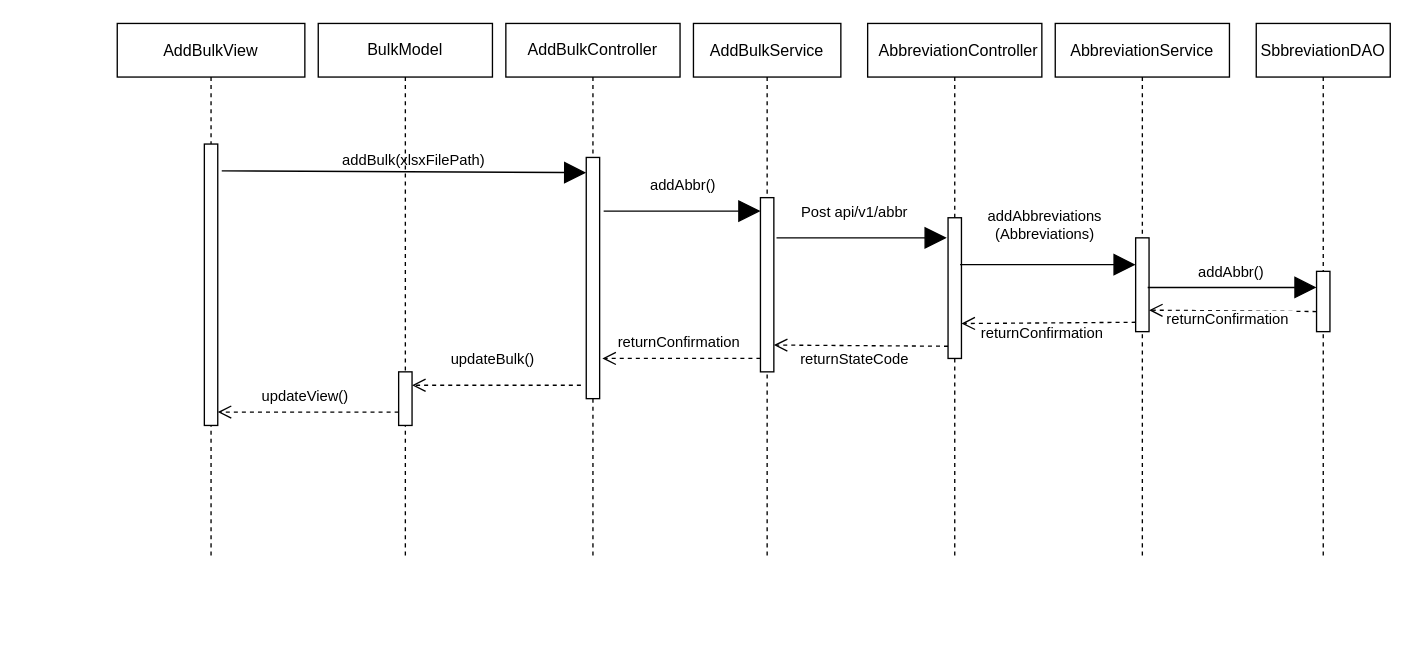
Before: page "AD-02" (1 of 2) of src/Untitled Diagram.drawio in wardalbam/Iprwc-webshop-frontend, a draw.io diagram. Source tidied: cells renumbered, new cells numbered last; positions are measured from the earlier drawing's top-left corner, leaving out a move shared by most shapes. Both pictures are drawn from the tidied source at 134%, with x=0, y=0 at pixel (117, 23).
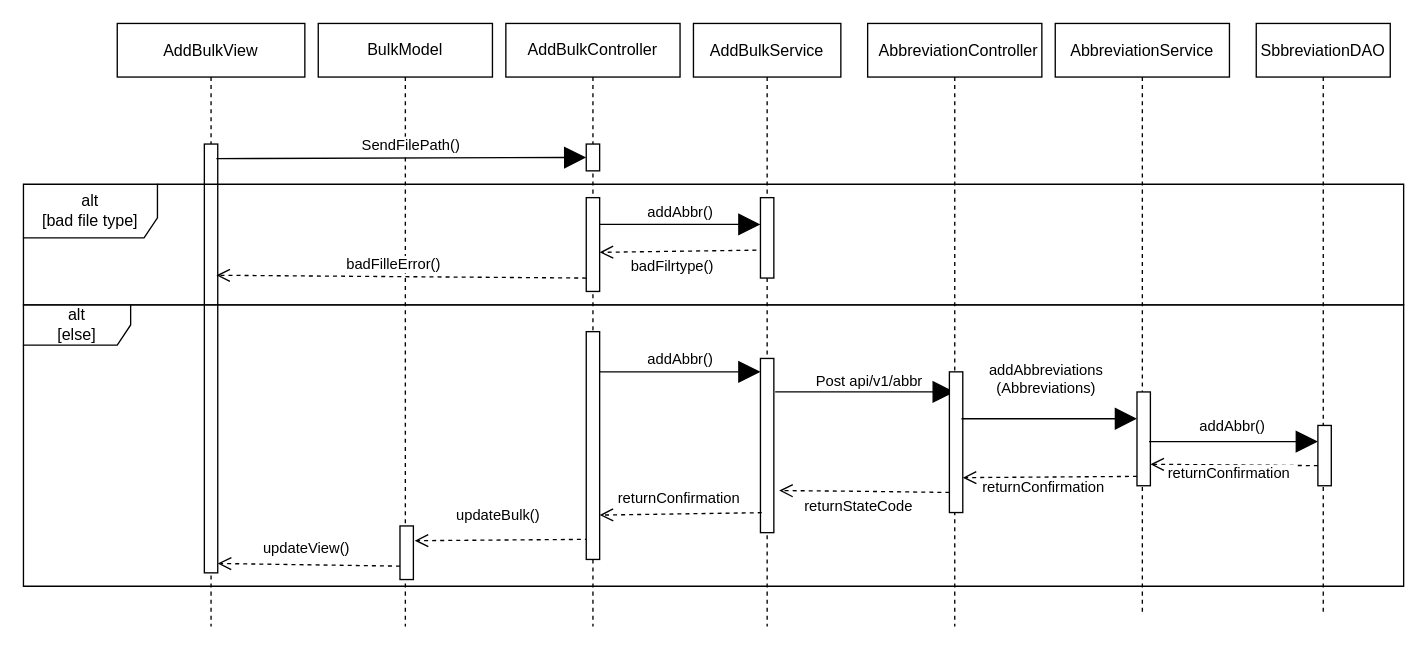
The same page after the edit.

The edit, as a diff of the source:
```diff
@@
     <mxCell id="2" value="SbbreviationDAO" style="shape=umlLifeline;perimeter=lifelinePerimeter;rounded=0;shadow=0;strokeWidth=1;" parent="1" vertex="1">
-      <mxGeometry x="850" width="100" height="400" as="geometry" />
+      <mxGeometry x="850" width="100" height="440" as="geometry" />
     </mxCell>
     <mxCell id="3" style="points=[];perimeter=orthogonalPerimeter;rounded=0;shadow=0;strokeWidth=1;" parent="2" vertex="1">
-      <mxGeometry x="45" y="185" width="10" height="45" as="geometry" />
+      <mxGeometry x="46" y="300" width="10" height="45" as="geometry" />
     </mxCell>
     <mxCell id="4" value="returnConfirmation&amp;nbsp;" style="html=1;verticalAlign=bottom;endArrow=open;dashed=1;endSize=8;sourcePerimeterSpacing=8;targetPerimeterSpacing=8;entryX=1;entryY=0.771;entryDx=0;entryDy=0;entryPerimeter=0;exitX=0;exitY=0.9;exitDx=0;exitDy=0;exitPerimeter=0;" parent="2" edge="1" target="23">
       <mxGeometry x="0.04" y="16" relative="1" as="geometry">
-        <mxPoint x="45" y="215" as="sourcePoint" />
+        <mxPoint x="46" y="330" as="sourcePoint" />
       </mxGeometry>
     </mxCell>
     <mxCell id="5" value="AddBulkView" style="shape=umlLifeline;perimeter=lifelinePerimeter;rounded=0;shadow=0;strokeWidth=1;" parent="1" vertex="1">
-      <mxGeometry width="140" height="400" as="geometry" />
+      <mxGeometry width="140" height="450" as="geometry" />
     </mxCell>
     <mxCell id="6" style="points=[];perimeter=orthogonalPerimeter;rounded=0;shadow=0;strokeWidth=1;" parent="5" vertex="1">
-      <mxGeometry x="65" y="90" width="10" height="210" as="geometry" />
+      <mxGeometry x="65" y="90" width="10" height="320" as="geometry" />
     </mxCell>
-    <mxCell id="7" value="addBulk(xlsxFilePath)" style="html=1;verticalAlign=bottom;endArrow=block;startSize=14;endSize=14;sourcePerimeterSpacing=8;targetPerimeterSpacing=8;entryX=0;entryY=0.063;entryDx=0;entryDy=0;entryPerimeter=0;" parent="5" edge="1" target="9">
-      <mxGeometry x="0.05" relative="1" as="geometry">
-        <mxPoint x="78" y="110" as="sourcePoint" />
-      </mxGeometry>
-    </mxCell>
     <mxCell id="8" value="&lt;span&gt;AddBulk&lt;/span&gt;Controller" style="shape=umlLifeline;perimeter=lifelinePerimeter;whiteSpace=wrap;html=1;hachureGap=4;" parent="1" vertex="1">
-      <mxGeometry x="290" width="130" height="400" as="geometry" />
+      <mxGeometry x="290" width="130" height="450" as="geometry" />
     </mxCell>
     <mxCell id="9" style="points=[];perimeter=orthogonalPerimeter;rounded=0;shadow=0;strokeWidth=1;" parent="8" vertex="1">
-      <mxGeometry x="60" y="100" width="10" height="180" as="geometry" />
+      <mxGeometry x="60" y="130" width="10" height="70" as="geometry" />
     </mxCell>
-    <mxCell id="10" value="updateBulk()" style="html=1;verticalAlign=bottom;endArrow=open;dashed=1;endSize=8;sourcePerimeterSpacing=8;targetPerimeterSpacing=8;" parent="8" edge="1">
+    <mxCell id="10" value="updateBulk()" style="html=1;verticalAlign=bottom;endArrow=open;dashed=1;endSize=8;sourcePerimeterSpacing=8;targetPerimeterSpacing=8;entryX=1.1;entryY=0.275;entryDx=0;entryDy=0;entryPerimeter=0;" parent="8" edge="1" target="17">
       <mxGeometry x="0.05" y="-10" relative="1" as="geometry">
-        <mxPoint x="56" y="270" as="sourcePoint" />
-        <mxPoint x="-70" y="270" as="targetPoint" />
+        <mxPoint x="62" y="385" as="sourcePoint" />
       </mxGeometry>
     </mxCell>
+    <mxCell id="28" style="perimeter=orthogonalPerimeter;rounded=0;shadow=0;strokeWidth=1;" parent="8" vertex="1">
+      <mxGeometry x="60" y="90" width="10" height="20" as="geometry" />
+    </mxCell>
     <mxCell id="11" value="AddBulkService" style="shape=umlLifeline;perimeter=lifelinePerimeter;rounded=0;shadow=0;strokeWidth=1;" parent="1" vertex="1">
-      <mxGeometry x="430" width="110" height="400" as="geometry" />
+      <mxGeometry x="430" width="110" height="450" as="geometry" />
     </mxCell>
+    <mxCell id="29" value="alt&lt;br&gt;[else]" style="shape=umlFrame;whiteSpace=wrap;html=1;width=80;height=30;" parent="11" vertex="1">
+      <mxGeometry x="-500" y="210" width="1030" height="210" as="geometry" />
+    </mxCell>
     <mxCell id="12" style="perimeter=orthogonalPerimeter;rounded=0;shadow=0;strokeWidth=1;" parent="11" vertex="1">
-      <mxGeometry x="50" y="130" width="10" height="130" as="geometry" />
+      <mxGeometry x="50" y="250" width="10" height="130" as="geometry" />
     </mxCell>
     <mxCell id="13" value="addAbbr()" style="html=1;verticalAlign=bottom;endArrow=block;startSize=14;endSize=14;sourcePerimeterSpacing=8;targetPerimeterSpacing=8;" parent="11" edge="1">
-      <mxGeometry y="10" relative="1" as="geometry">
-        <mxPoint x="-67" y="140" as="sourcePoint" />
-        <mxPoint x="50" y="140" as="targetPoint" />
+      <mxGeometry relative="1" as="geometry">
+        <mxPoint x="-70" y="150" as="sourcePoint" />
+        <mxPoint x="50" y="150" as="targetPoint" />
       </mxGeometry>
     </mxCell>
-    <mxCell id="14" value="returnConfirmation" style="html=1;verticalAlign=bottom;endArrow=open;dashed=1;endSize=8;sourcePerimeterSpacing=8;targetPerimeterSpacing=8;" parent="11" edge="1">
-      <mxGeometry x="0.03" y="-3" relative="1" as="geometry">
-        <mxPoint x="50" y="250" as="sourcePoint" />
-        <mxPoint x="-68" y="250" as="targetPoint" />
-      </mxGeometry>
-    </mxCell>
+    <mxCell id="30" style="perimeter=orthogonalPerimeter;rounded=0;shadow=0;strokeWidth=1;" parent="11" vertex="1">
+      <mxGeometry x="50" y="130" width="10" height="60" as="geometry" />
+    </mxCell>
+    <mxCell id="31" style="perimeter=orthogonalPerimeter;rounded=0;shadow=0;strokeWidth=1;" parent="11" vertex="1">
+      <mxGeometry x="-80" y="230" width="10" height="170" as="geometry" />
+    </mxCell>
+    <mxCell id="32" value="addAbbr()" style="html=1;verticalAlign=bottom;endArrow=block;startSize=14;endSize=14;sourcePerimeterSpacing=8;targetPerimeterSpacing=8;" parent="11" edge="1">
+      <mxGeometry relative="1" as="geometry">
+        <mxPoint x="-70" y="260" as="sourcePoint" />
+        <mxPoint x="50" y="260" as="targetPoint" />
+      </mxGeometry>
+    </mxCell>
     <mxCell id="15" value="Post api/v1/abbr" style="html=1;verticalAlign=bottom;endArrow=block;startSize=14;endSize=14;sourcePerimeterSpacing=8;targetPerimeterSpacing=8;" parent="1" edge="1">
-      <mxGeometry x="-0.09" y="10" relative="1" as="geometry">
-        <mxPoint x="492" y="160" as="sourcePoint" />
-        <mxPoint x="619" y="160" as="targetPoint" />
+      <mxGeometry x="0.04" y="-1" relative="1" as="geometry">
+        <mxPoint x="491" y="275" as="sourcePoint" />
+        <mxPoint x="625" y="275" as="targetPoint" />
       </mxGeometry>
     </mxCell>
     <mxCell id="16" value="&lt;span&gt;BulkModel&lt;/span&gt;" style="shape=umlLifeline;perimeter=lifelinePerimeter;whiteSpace=wrap;html=1;hachureGap=4;" parent="1" vertex="1">
-      <mxGeometry x="150" width="130" height="400" as="geometry" />
+      <mxGeometry x="150" width="130" height="450" as="geometry" />
     </mxCell>
     <mxCell id="17" style="points=[];perimeter=orthogonalPerimeter;rounded=0;shadow=0;strokeWidth=1;" parent="16" vertex="1">
-      <mxGeometry x="60" y="260" width="10" height="40" as="geometry" />
+      <mxGeometry x="61" y="375" width="10" height="40" as="geometry" />
     </mxCell>
     <mxCell id="18" value="  AbbreviationController" style="shape=umlLifeline;perimeter=lifelinePerimeter;rounded=0;shadow=0;strokeWidth=1;" parent="1" vertex="1">
-      <mxGeometry x="560" width="130" height="400" as="geometry" />
+      <mxGeometry x="560" width="130" height="450" as="geometry" />
     </mxCell>
     <mxCell id="19" style="points=[];perimeter=orthogonalPerimeter;rounded=0;shadow=0;strokeWidth=1;" parent="18" vertex="1">
-      <mxGeometry x="60" y="145" width="10" height="105" as="geometry" />
+      <mxGeometry x="61" y="260" width="10" height="105" as="geometry" />
     </mxCell>
-    <mxCell id="20" value="returnStateCode" style="html=1;verticalAlign=bottom;endArrow=open;dashed=1;endSize=8;sourcePerimeterSpacing=8;targetPerimeterSpacing=8;entryX=1;entryY=0.907;entryDx=0;entryDy=0;entryPerimeter=0;exitX=0;exitY=0.9;exitDx=0;exitDy=0;exitPerimeter=0;" parent="18" edge="1">
-      <mxGeometry x="0.07" y="20" relative="1" as="geometry">
-        <mxPoint x="60" y="240.9" as="sourcePoint" />
-        <mxPoint x="-70" y="240" as="targetPoint" />
-      </mxGeometry>
-    </mxCell>
     <mxCell id="21" value="AbbreviationService" style="shape=umlLifeline;perimeter=lifelinePerimeter;rounded=0;shadow=0;strokeWidth=1;" parent="1" vertex="1">
-      <mxGeometry x="700" width="130" height="400" as="geometry" />
+      <mxGeometry x="700" width="130" height="440" as="geometry" />
     </mxCell>
     <mxCell id="22" value="addAbbreviations&lt;br&gt;(Abbreviations)" style="html=1;verticalAlign=bottom;endArrow=block;startSize=14;endSize=14;sourcePerimeterSpacing=8;targetPerimeterSpacing=8;exitX=1.1;exitY=0.383;exitDx=0;exitDy=0;exitPerimeter=0;" parent="21" edge="1">
       <mxGeometry x="-0.04" y="14" relative="1" as="geometry">
-        <mxPoint x="-71" y="180" as="sourcePoint" />
-        <mxPoint x="60" y="180" as="targetPoint" />
+        <mxPoint x="-70" y="295" as="sourcePoint" />
+        <mxPoint x="61" y="295" as="targetPoint" />
       </mxGeometry>
     </mxCell>
     <mxCell id="23" style="points=[];perimeter=orthogonalPerimeter;rounded=0;shadow=0;strokeWidth=1;" parent="21" vertex="1">
-      <mxGeometry x="60" y="160" width="10" height="70" as="geometry" />
+      <mxGeometry x="61" y="275" width="10" height="70" as="geometry" />
     </mxCell>
@@
-    <mxCell id="27" value="updateView()" style="html=1;verticalAlign=bottom;endArrow=open;dashed=1;endSize=8;sourcePerimeterSpacing=8;targetPerimeterSpacing=8;entryX=0.9;entryY=0.815;entryDx=0;entryDy=0;entryPerimeter=0;" parent="1" edge="1">
+    <mxCell id="27" value="updateView()" style="html=1;verticalAlign=bottom;endArrow=open;dashed=1;endSize=8;sourcePerimeterSpacing=8;targetPerimeterSpacing=8;entryX=0.9;entryY=0.912;entryDx=0;entryDy=0;entryPerimeter=0;exitX=0;exitY=0.75;exitDx=0;exitDy=0;exitPerimeter=0;" parent="1" edge="1" source="17">
       <mxGeometry x="0.03" y="-3" relative="1" as="geometry">
-        <mxPoint x="210" y="290" as="sourcePoint" />
-        <mxPoint x="75" y="290" as="targetPoint" />
+        <mxPoint x="75" y="403" as="targetPoint" />
       </mxGeometry>
     </mxCell>
+    <mxCell id="20" value="returnStateCode" style="html=1;verticalAlign=bottom;endArrow=open;dashed=1;endSize=8;sourcePerimeterSpacing=8;targetPerimeterSpacing=8;entryX=1.3;entryY=0.88;entryDx=0;entryDy=0;entryPerimeter=0;" parent="1" edge="1">
+      <mxGeometry x="0.07" y="20" relative="1" as="geometry">
+        <mxPoint x="621" y="350" as="sourcePoint" />
+        <mxPoint x="494" y="348.6" as="targetPoint" />
+        <Array as="points">
+          <mxPoint x="541" y="349" />
+        </Array>
+      </mxGeometry>
+    </mxCell>
+    <mxCell id="33" value="badFilrtype()" style="html=1;verticalAlign=bottom;endArrow=open;dashed=1;endSize=8;sourcePerimeterSpacing=8;targetPerimeterSpacing=8;" parent="1" edge="1">
+      <mxGeometry x="0.07" y="20" relative="1" as="geometry">
+        <mxPoint x="477" y="169.2" as="sourcePoint" />
+        <mxPoint x="360" y="170.8" as="targetPoint" />
+      </mxGeometry>
+    </mxCell>
+    <mxCell id="34" value="badFilleError()" style="html=1;verticalAlign=bottom;endArrow=open;dashed=1;endSize=8;sourcePerimeterSpacing=8;targetPerimeterSpacing=8;entryX=0.9;entryY=0.306;entryDx=0;entryDy=0;entryPerimeter=0;" parent="1" edge="1" target="6">
+      <mxGeometry x="0.04" relative="1" as="geometry">
+        <mxPoint x="350" y="190" as="sourcePoint" />
+      </mxGeometry>
+    </mxCell>
+    <mxCell id="7" value="SendFilePath()" style="html=1;verticalAlign=bottom;endArrow=block;startSize=14;endSize=14;sourcePerimeterSpacing=8;targetPerimeterSpacing=8;exitX=0.9;exitY=0.034;exitDx=0;exitDy=0;exitPerimeter=0;" parent="1" edge="1" source="6">
+      <mxGeometry x="0.05" relative="1" as="geometry">
+        <mxPoint x="350" y="100" as="targetPoint" />
+      </mxGeometry>
+    </mxCell>
+    <mxCell id="14" value="returnConfirmation" style="html=1;verticalAlign=bottom;endArrow=open;dashed=1;endSize=8;sourcePerimeterSpacing=8;targetPerimeterSpacing=8;exitX=0;exitY=0.955;exitDx=0;exitDy=0;exitPerimeter=0;entryX=0.9;entryY=0.873;entryDx=0;entryDy=0;entryPerimeter=0;" parent="1" edge="1">
+      <mxGeometry x="0.03" y="-3" relative="1" as="geometry">
+        <mxPoint x="481" y="365.1" as="sourcePoint" />
+        <mxPoint x="360" y="366.9" as="targetPoint" />
+      </mxGeometry>
+    </mxCell>
+    <mxCell id="35" value="alt&lt;br&gt;[bad file type]" style="shape=umlFrame;whiteSpace=wrap;html=1;width=100;height=40;" parent="1" vertex="1">
+      <mxGeometry x="-70" y="120" width="1030" height="90" as="geometry" />
+    </mxCell>
```
